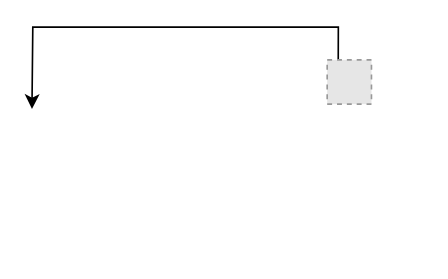
Earlier version of the draw.io diagram architecture/rabbitmq.drawio (TreeStone94/drawio). Source tidied: cells renumbered, new cells numbered last; positions are measured from the earlier drawing's top-left corner, leaving out a move shared by most shapes. Both pictures are drawn from the tidied source at 164%, with x=0, y=0 at pixel (31, 59). Pictures stored in the file or linked from it are replaced by grey dashed boxes.
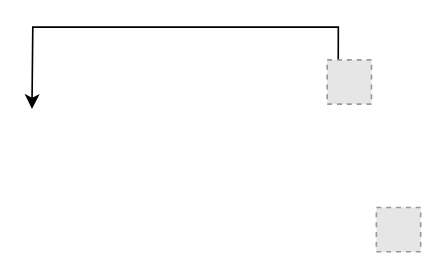
After the change.

What changed in the source:
```diff
@@
 <mxGraphModel>
   <root>
     <mxCell id="0" />
     <mxCell id="1" parent="0" />
     <mxCell id="2" style="edgeStyle=orthogonalEdgeStyle;rounded=0;jettySize=auto;html=1;exitX=0.25;exitY=0;exitDx=0;exitDy=0;" parent="1" edge="1" source="3">
       <mxGeometry relative="1" as="geometry">
         <mxPoint y="30" as="targetPoint" />
       </mxGeometry>
     </mxCell>
     <mxCell id="3" style="fillColor=#E6E6E6;strokeColor=#999999;dashed=1;verticalLabelPosition=bottom;labelBackgroundColor=#ffffff;verticalAlign=top;" parent="1" vertex="1">
       <mxGeometry x="180" width="27" height="27" as="geometry" />
     </mxCell>
+    <mxCell id="4" style="fillColor=#E6E6E6;strokeColor=#999999;dashed=1;verticalLabelPosition=bottom;labelBackgroundColor=#ffffff;verticalAlign=top;" parent="1" vertex="1">
+      <mxGeometry x="210" y="90" width="27" height="27" as="geometry" />
+    </mxCell>
   </root>
 </mxGraphModel>
```
